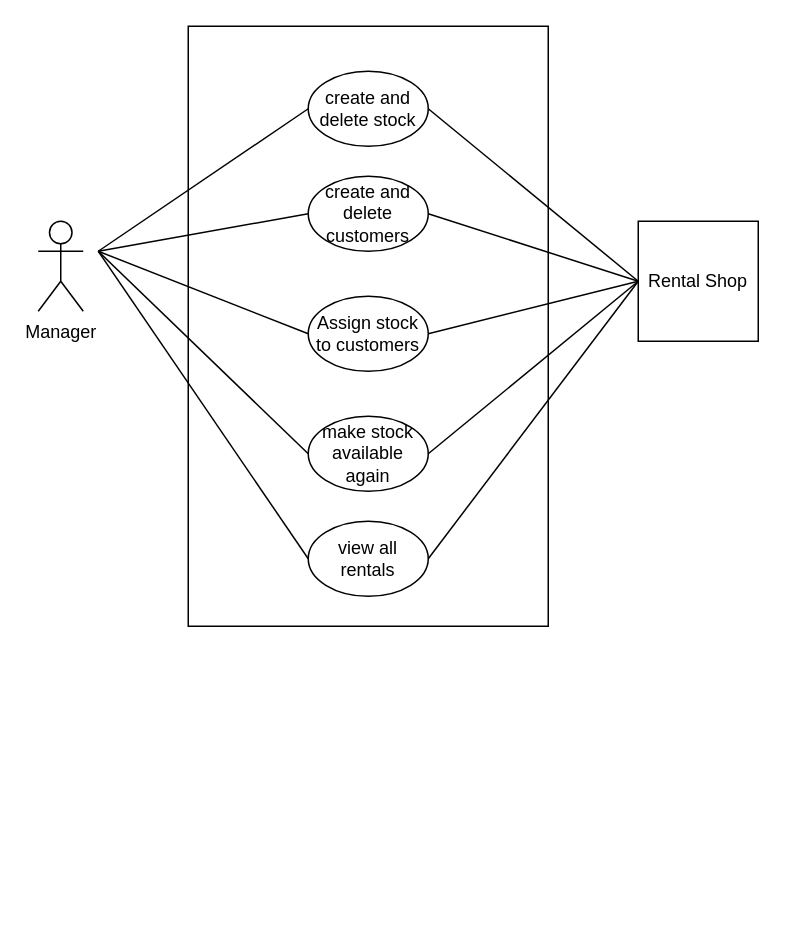
Earlier version of the draw.io diagram PDA Diagrams/Case Diagram.drawio (craiggough376/Rental-Shop-Ruby-Project). Source tidied: cells renumbered, new cells numbered last; positions are measured from the earlier drawing's top-left corner, leaving out a move shared by most shapes. Both pictures are drawn from the tidied source at 150%, with x=0, y=0 at pixel (38, 26).
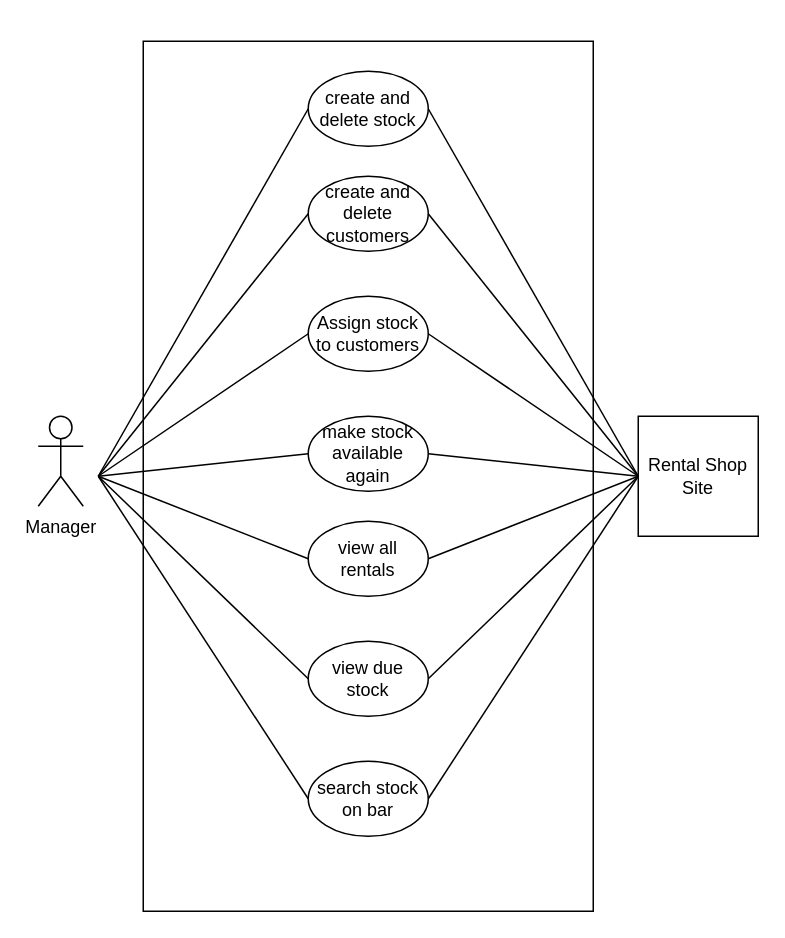
The same page after the edit.

The change refers to these unchanged cells:
```xml
<mxCell id="5" value="create and delete stock" style="ellipse;whiteSpace=wrap;html=1;" parent="1" vertex="1">
  <mxGeometry x="180" y="30" width="80" height="50" as="geometry" />
</mxCell>
<mxCell id="6" value="create and delete customers" style="ellipse;whiteSpace=wrap;html=1;" parent="1" vertex="1">
  <mxGeometry x="180" y="100" width="80" height="50" as="geometry" />
</mxCell>
<mxCell id="7" value="Assign stock to customers" style="ellipse;whiteSpace=wrap;html=1;" parent="1" vertex="1">
  <mxGeometry x="180" y="180" width="80" height="50" as="geometry" />
</mxCell>
<mxCell id="8" value="make stock available again" style="ellipse;whiteSpace=wrap;html=1;" parent="1" vertex="1">
  <mxGeometry x="180" y="260" width="80" height="50" as="geometry" />
</mxCell>
<mxCell id="9" value="view all rentals" style="ellipse;whiteSpace=wrap;html=1;" parent="1" vertex="1">
  <mxGeometry x="180" y="330" width="80" height="50" as="geometry" />
</mxCell>
```

The edit, as a diff of the source:
```diff
@@
+    <mxCell id="20" style="rounded=0;whiteSpace=wrap;html=1;" parent="1" vertex="1">
+      <mxGeometry x="70" y="10" width="300" height="580" as="geometry" />
+    </mxCell>
     <mxCell id="2" value="Manager" style="shape=umlActor;verticalLabelPosition=bottom;labelBackgroundColor=#ffffff;verticalAlign=top;html=1;" parent="1" vertex="1">
-      <mxGeometry y="130" width="30" height="60" as="geometry" />
+      <mxGeometry y="260" width="30" height="60" as="geometry" />
     </mxCell>
-    <mxCell id="3" style="rounded=0;whiteSpace=wrap;html=1;" parent="1" vertex="1">
-      <mxGeometry x="100" width="240" height="400" as="geometry" />
-    </mxCell>
-    <mxCell id="4" value="Rental Shop" style="whiteSpace=wrap;html=1;" parent="1" vertex="1">
-      <mxGeometry x="400" y="130" width="80" height="80" as="geometry" />
+    <mxCell id="4" value="Rental Shop Site" style="whiteSpace=wrap;html=1;" parent="1" vertex="1">
+      <mxGeometry x="400" y="260" width="80" height="80" as="geometry" />
     </mxCell>
@@
     <mxCell id="10" style="endArrow=none;html=1;entryX=0;entryY=0.5;entryDx=0;entryDy=0;" parent="1" edge="1" target="5">
       <mxGeometry relative="1" as="geometry">
-        <mxPoint x="40" y="150" as="sourcePoint" />
+        <mxPoint x="40" y="300" as="sourcePoint" />
       </mxGeometry>
     </mxCell>
     <mxCell id="11" style="endArrow=none;html=1;entryX=0;entryY=0.5;entryDx=0;entryDy=0;" parent="1" edge="1" target="6">
       <mxGeometry relative="1" as="geometry">
-        <mxPoint x="40" y="150" as="sourcePoint" />
+        <mxPoint x="40" y="300" as="sourcePoint" />
       </mxGeometry>
     </mxCell>
     <mxCell id="12" style="endArrow=none;html=1;entryX=0;entryY=0.5;entryDx=0;entryDy=0;" parent="1" edge="1" target="7">
       <mxGeometry relative="1" as="geometry">
-        <mxPoint x="40" y="150" as="sourcePoint" />
+        <mxPoint x="40" y="300" as="sourcePoint" />
       </mxGeometry>
     </mxCell>
     <mxCell id="13" style="endArrow=none;html=1;entryX=0;entryY=0.5;entryDx=0;entryDy=0;" parent="1" edge="1" target="8">
       <mxGeometry relative="1" as="geometry">
-        <mxPoint x="40" y="150" as="sourcePoint" />
+        <mxPoint x="40" y="300" as="sourcePoint" />
       </mxGeometry>
     </mxCell>
     <mxCell id="14" style="endArrow=none;html=1;entryX=0;entryY=0.5;entryDx=0;entryDy=0;" parent="1" edge="1" target="9">
       <mxGeometry relative="1" as="geometry">
-        <mxPoint x="40" y="150" as="sourcePoint" />
+        <mxPoint x="40" y="300" as="sourcePoint" />
       </mxGeometry>
     </mxCell>
@@
-    <mxCell id="17" style="endArrow=none;html=1;exitX=1;exitY=0.5;exitDx=0;exitDy=0;" parent="1" edge="1" source="7">
-      <mxGeometry relative="1" as="geometry">
-        <mxPoint x="400" y="170" as="targetPoint" />
-      </mxGeometry>
+    <mxCell id="17" style="endArrow=none;html=1;exitX=1;exitY=0.5;exitDx=0;exitDy=0;entryX=0;entryY=0.5;entryDx=0;entryDy=0;" parent="1" edge="1" source="7" target="4">
+      <mxGeometry relative="1" as="geometry" />
     </mxCell>
@@
+    <mxCell id="21" value="search stock on bar" style="ellipse;whiteSpace=wrap;html=1;" parent="1" vertex="1">
+      <mxGeometry x="180" y="490" width="80" height="50" as="geometry" />
+    </mxCell>
+    <mxCell id="22" value="view due stock" style="ellipse;whiteSpace=wrap;html=1;" parent="1" vertex="1">
+      <mxGeometry x="180" y="410" width="80" height="50" as="geometry" />
+    </mxCell>
+    <mxCell id="23" style="endArrow=none;html=1;entryX=0;entryY=0.5;entryDx=0;entryDy=0;" parent="1" edge="1" target="22">
+      <mxGeometry relative="1" as="geometry">
+        <mxPoint x="40" y="300" as="sourcePoint" />
+      </mxGeometry>
+    </mxCell>
+    <mxCell id="24" style="endArrow=none;html=1;entryX=0;entryY=0.5;entryDx=0;entryDy=0;" parent="1" edge="1" target="21">
+      <mxGeometry relative="1" as="geometry">
+        <mxPoint x="40" y="300" as="sourcePoint" />
+      </mxGeometry>
+    </mxCell>
+    <mxCell id="25" style="endArrow=none;html=1;exitX=1;exitY=0.5;exitDx=0;exitDy=0;" parent="1" edge="1" source="22">
+      <mxGeometry relative="1" as="geometry">
+        <mxPoint x="400" y="300" as="targetPoint" />
+      </mxGeometry>
+    </mxCell>
+    <mxCell id="26" style="endArrow=none;html=1;exitX=1;exitY=0.5;exitDx=0;exitDy=0;" parent="1" edge="1" source="21">
+      <mxGeometry relative="1" as="geometry">
+        <mxPoint x="400" y="300" as="targetPoint" />
+      </mxGeometry>
+    </mxCell>
```
